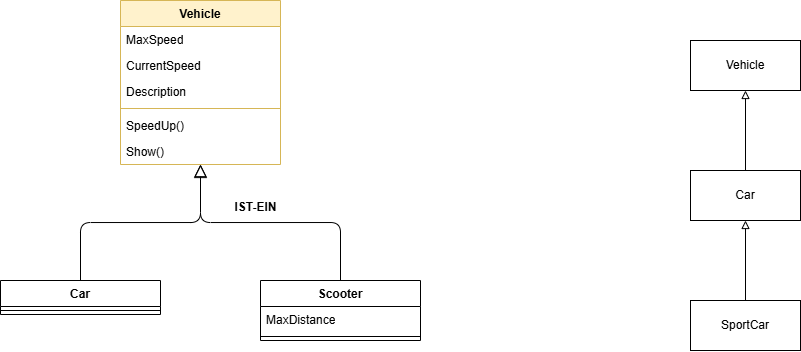
The draw.io diagram 20260120/overview.drawio.png in atillakati/sw_developer_2025_atilla, before a commit. Source tidied: cells renumbered, new cells last; positions are measured from the earlier drawing's top-left corner, leaving out a move shared by most shapes. The source it was exported from:
```xml
<mxGraphModel>
  <root>
    <mxCell id="0" />
    <mxCell id="1" parent="0" />
    <mxCell id="2" style="edgeStyle=orthogonalEdgeStyle;html=1;endArrow=none;endFill=0;startArrow=block;startFill=0;endSize=10;startSize=11;" parent="1" edge="1" source="4" target="11">
      <mxGeometry relative="1" as="geometry" />
    </mxCell>
    <mxCell id="3" style="edgeStyle=orthogonalEdgeStyle;html=1;endArrow=none;endFill=0;startArrow=block;startFill=0;startSize=10;" parent="1" edge="1" source="4" target="13">
      <mxGeometry relative="1" as="geometry" />
    </mxCell>
    <mxCell id="4" value="Vehicle" style="swimlane;fontStyle=1;align=center;verticalAlign=top;horizontal=1;startSize=26;whiteSpace=wrap;html=1;fillColor=#fff2cc;strokeColor=#d6b656;" parent="1" vertex="1">
      <mxGeometry x="120" width="160" height="164" as="geometry" />
    </mxCell>
    <mxCell id="5" value="MaxSpeed" style="text;strokeColor=none;fillColor=none;align=left;verticalAlign=top;spacingLeft=4;spacingRight=4;overflow=hidden;whiteSpace=wrap;html=1;" parent="4" vertex="1">
      <mxGeometry y="26" width="160" height="26" as="geometry" />
    </mxCell>
    <mxCell id="6" value="CurrentSpeed" style="text;strokeColor=none;fillColor=none;align=left;verticalAlign=top;spacingLeft=4;spacingRight=4;overflow=hidden;whiteSpace=wrap;html=1;" parent="4" vertex="1">
      <mxGeometry y="52" width="160" height="26" as="geometry" />
    </mxCell>
    <mxCell id="7" value="Description" style="text;strokeColor=none;fillColor=none;align=left;verticalAlign=top;spacingLeft=4;spacingRight=4;overflow=hidden;whiteSpace=wrap;html=1;" parent="4" vertex="1">
      <mxGeometry y="78" width="160" height="26" as="geometry" />
    </mxCell>
    <mxCell id="8" style="line;strokeWidth=1;fillColor=none;align=left;verticalAlign=middle;spacingTop=-1;spacingLeft=3;spacingRight=3;labelPosition=right;strokeColor=inherit;" parent="4" vertex="1">
      <mxGeometry y="104" width="160" height="8" as="geometry" />
    </mxCell>
    <mxCell id="9" value="SpeedUp()" style="text;strokeColor=none;fillColor=none;align=left;verticalAlign=top;spacingLeft=4;spacingRight=4;overflow=hidden;whiteSpace=wrap;html=1;" parent="4" vertex="1">
      <mxGeometry y="112" width="160" height="26" as="geometry" />
    </mxCell>
    <mxCell id="10" value="Show()" style="text;strokeColor=none;fillColor=none;align=left;verticalAlign=top;spacingLeft=4;spacingRight=4;overflow=hidden;whiteSpace=wrap;html=1;" parent="4" vertex="1">
      <mxGeometry y="138" width="160" height="26" as="geometry" />
    </mxCell>
    <mxCell id="11" value="Car" style="swimlane;fontStyle=1;align=center;verticalAlign=top;horizontal=1;startSize=26;whiteSpace=wrap;html=1;" parent="1" vertex="1">
      <mxGeometry y="280" width="160" height="34" as="geometry" />
    </mxCell>
    <mxCell id="12" style="line;strokeWidth=1;fillColor=none;align=left;verticalAlign=middle;spacingTop=-1;spacingLeft=3;spacingRight=3;labelPosition=right;strokeColor=inherit;" parent="11" vertex="1">
      <mxGeometry y="26" width="160" height="8" as="geometry" />
    </mxCell>
    <mxCell id="13" value="Scooter" style="swimlane;fontStyle=1;align=center;verticalAlign=top;horizontal=1;startSize=26;whiteSpace=wrap;html=1;" parent="1" vertex="1">
      <mxGeometry x="260" y="280" width="160" height="60" as="geometry" />
    </mxCell>
    <mxCell id="14" value="MaxDistance" style="text;strokeColor=none;fillColor=none;align=left;verticalAlign=top;spacingLeft=4;spacingRight=4;overflow=hidden;whiteSpace=wrap;html=1;" parent="13" vertex="1">
      <mxGeometry y="26" width="160" height="26" as="geometry" />
    </mxCell>
    <mxCell id="15" style="line;strokeWidth=1;fillColor=none;align=left;verticalAlign=middle;spacingTop=-1;spacingLeft=3;spacingRight=3;labelPosition=right;strokeColor=inherit;" parent="13" vertex="1">
      <mxGeometry y="52" width="160" height="8" as="geometry" />
    </mxCell>
    <mxCell id="16" style="edgeStyle=none;html=1;endArrow=block;endFill=0;" parent="1" edge="1" source="19" target="17">
      <mxGeometry relative="1" as="geometry" />
    </mxCell>
    <mxCell id="17" value="Vehicle" style="html=1;whiteSpace=wrap;" parent="1" vertex="1">
      <mxGeometry x="690" y="40" width="110" height="50" as="geometry" />
    </mxCell>
    <mxCell id="18" style="edgeStyle=none;html=1;endArrow=block;endFill=0;" parent="1" edge="1" source="20" target="19">
      <mxGeometry relative="1" as="geometry" />
    </mxCell>
    <mxCell id="19" value="Car" style="html=1;whiteSpace=wrap;" parent="1" vertex="1">
      <mxGeometry x="690" y="170" width="110" height="50" as="geometry" />
    </mxCell>
    <mxCell id="20" value="SportCar" style="html=1;whiteSpace=wrap;" parent="1" vertex="1">
      <mxGeometry x="690" y="300" width="110" height="50" as="geometry" />
    </mxCell>
    <mxCell id="21" value="IST-EIN" style="text;align=center;fontStyle=1;verticalAlign=middle;spacingLeft=3;spacingRight=3;strokeColor=none;html=1;" parent="1" vertex="1">
      <mxGeometry x="215" y="194" width="80" height="26" as="geometry" />
    </mxCell>
  </root>
</mxGraphModel>
```
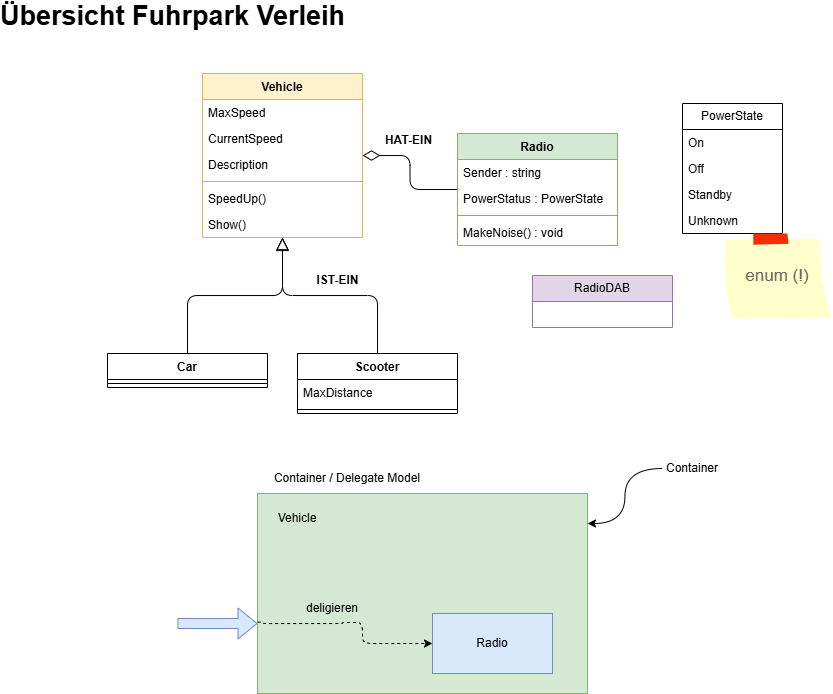
Above is the later version.

Diff of the diagram source:
```diff
@@ -30,13 +30,13 @@
       <mxGeometry y="138" width="160" height="26" as="geometry" />
     </mxCell>
     <mxCell id="11" value="Car" style="swimlane;fontStyle=1;align=center;verticalAlign=top;horizontal=1;startSize=26;whiteSpace=wrap;html=1;" parent="1" vertex="1">
-      <mxGeometry y="280" width="160" height="34" as="geometry" />
+      <mxGeometry x="25" y="280" width="160" height="34" as="geometry" />
     </mxCell>
     <mxCell id="12" style="line;strokeWidth=1;fillColor=none;align=left;verticalAlign=middle;spacingTop=-1;spacingLeft=3;spacingRight=3;labelPosition=right;strokeColor=inherit;" parent="11" vertex="1">
       <mxGeometry y="26" width="160" height="8" as="geometry" />
     </mxCell>
     <mxCell id="13" value="Scooter" style="swimlane;fontStyle=1;align=center;verticalAlign=top;horizontal=1;startSize=26;whiteSpace=wrap;html=1;" parent="1" vertex="1">
-      <mxGeometry x="260" y="280" width="160" height="60" as="geometry" />
+      <mxGeometry x="215" y="280" width="160" height="60" as="geometry" />
     </mxCell>
     <mxCell id="14" value="MaxDistance" style="text;strokeColor=none;fillColor=none;align=left;verticalAlign=top;spacingLeft=4;spacingRight=4;overflow=hidden;whiteSpace=wrap;html=1;" parent="13" vertex="1">
       <mxGeometry y="26" width="160" height="26" as="geometry" />
@@ -44,23 +44,95 @@
     <mxCell id="15" style="line;strokeWidth=1;fillColor=none;align=left;verticalAlign=middle;spacingTop=-1;spacingLeft=3;spacingRight=3;labelPosition=right;strokeColor=inherit;" parent="13" vertex="1">
       <mxGeometry y="52" width="160" height="8" as="geometry" />
     </mxCell>
-    <mxCell id="16" style="edgeStyle=none;html=1;endArrow=block;endFill=0;" parent="1" edge="1" source="19" target="17">
-      <mxGeometry relative="1" as="geometry" />
-    </mxCell>
+    <mxCell id="21" value="IST-EIN" style="text;align=center;fontStyle=1;verticalAlign=middle;spacingLeft=3;spacingRight=3;strokeColor=none;html=1;" parent="1" vertex="1">
+      <mxGeometry x="215" y="194" width="80" height="26" as="geometry" />
+    </mxCell>
+    <mxCell id="22" style="edgeStyle=orthogonalEdgeStyle;html=1;endArrow=diamondThin;endFill=0;endSize=15;" parent="1" edge="1" source="23" target="4">
+      <mxGeometry relative="1" as="geometry" />
+    </mxCell>
+    <mxCell id="23" value="Radio" style="swimlane;fontStyle=1;align=center;verticalAlign=top;horizontal=1;startSize=26;whiteSpace=wrap;html=1;fillColor=#d5e8d4;strokeColor=#82b366;" parent="1" vertex="1">
+      <mxGeometry x="375" y="60" width="160" height="112" as="geometry" />
+    </mxCell>
+    <mxCell id="24" value="Sender : string" style="text;strokeColor=none;fillColor=none;align=left;verticalAlign=top;spacingLeft=4;spacingRight=4;overflow=hidden;whiteSpace=wrap;html=1;" parent="23" vertex="1">
+      <mxGeometry y="26" width="160" height="26" as="geometry" />
+    </mxCell>
+    <mxCell id="25" value="PowerStatus : PowerState" style="text;strokeColor=none;fillColor=none;align=left;verticalAlign=top;spacingLeft=4;spacingRight=4;overflow=hidden;whiteSpace=wrap;html=1;" parent="23" vertex="1">
+      <mxGeometry y="52" width="160" height="26" as="geometry" />
+    </mxCell>
+    <mxCell id="26" style="line;strokeWidth=1;fillColor=none;align=left;verticalAlign=middle;spacingTop=-1;spacingLeft=3;spacingRight=3;labelPosition=right;strokeColor=inherit;" parent="23" vertex="1">
+      <mxGeometry y="78" width="160" height="8" as="geometry" />
+    </mxCell>
+    <mxCell id="27" value="MakeNoise() : void" style="text;strokeColor=none;fillColor=none;align=left;verticalAlign=top;spacingLeft=4;spacingRight=4;overflow=hidden;whiteSpace=wrap;html=1;" parent="23" vertex="1">
+      <mxGeometry y="86" width="160" height="26" as="geometry" />
+    </mxCell>
+    <mxCell id="28" value="PowerState" style="swimlane;fontStyle=0;horizontal=1;startSize=26;fillColor=none;whiteSpace=wrap;html=1;" parent="1" vertex="1">
+      <mxGeometry x="600" y="30" width="100" height="130" as="geometry" />
+    </mxCell>
+    <mxCell id="29" value="On" style="text;strokeColor=none;fillColor=none;align=left;verticalAlign=top;spacingLeft=4;spacingRight=4;overflow=hidden;whiteSpace=wrap;html=1;" parent="28" vertex="1">
+      <mxGeometry y="26" width="100" height="26" as="geometry" />
+    </mxCell>
+    <mxCell id="30" value="Off" style="text;strokeColor=none;fillColor=none;align=left;verticalAlign=top;spacingLeft=4;spacingRight=4;overflow=hidden;whiteSpace=wrap;html=1;" parent="28" vertex="1">
+      <mxGeometry y="52" width="100" height="26" as="geometry" />
+    </mxCell>
+    <mxCell id="31" value="Standby" style="text;strokeColor=none;fillColor=none;align=left;verticalAlign=top;spacingLeft=4;spacingRight=4;overflow=hidden;whiteSpace=wrap;html=1;" parent="28" vertex="1">
+      <mxGeometry y="78" width="100" height="26" as="geometry" />
+    </mxCell>
+    <mxCell id="32" value="Unknown" style="text;strokeColor=none;fillColor=none;align=left;verticalAlign=top;spacingLeft=4;spacingRight=4;overflow=hidden;whiteSpace=wrap;html=1;" parent="28" vertex="1">
+      <mxGeometry y="104" width="100" height="26" as="geometry" />
+    </mxCell>
+    <mxCell id="33" value="Übersicht Fuhrpark Verleih" style="text;align=center;fontStyle=1;verticalAlign=middle;spacingLeft=3;spacingRight=3;strokeColor=none;html=1;fontSize=27;" parent="1" vertex="1">
+      <mxGeometry x="-35" y="-70" width="250" height="26" as="geometry" />
+    </mxCell>
+    <mxCell id="34" value="enum (!)" style="strokeWidth=1;shadow=0;dashed=0;align=center;html=1;shape=mxgraph.mockup.text.stickyNote2;fontColor=#666666;mainText=;fontSize=17;whiteSpace=wrap;fillColor=#ffffcc;strokeColor=#F62E00;" parent="1" vertex="1">
+      <mxGeometry x="640" y="160" width="110" height="86" as="geometry" />
+    </mxCell>
+    <mxCell id="35" value="HAT-EIN" style="text;align=center;fontStyle=1;verticalAlign=middle;spacingLeft=3;spacingRight=3;strokeColor=none;html=1;" parent="1" vertex="1">
+      <mxGeometry x="286" y="54" width="80" height="26" as="geometry" />
+    </mxCell>
+    <mxCell id="36" style="rounded=0;whiteSpace=wrap;html=1;fillColor=#d5e8d4;strokeColor=#82b366;" parent="1" vertex="1">
+      <mxGeometry x="175" y="420" width="330" height="200" as="geometry" />
+    </mxCell>
+    <mxCell id="37" value="Radio" style="rounded=0;whiteSpace=wrap;html=1;fillColor=#dae8fc;strokeColor=#6c8ebf;" parent="1" vertex="1">
+      <mxGeometry x="350" y="540" width="120" height="60" as="geometry" />
+    </mxCell>
-    <mxCell id="17" value="Vehicle" style="html=1;whiteSpace=wrap;" parent="1" vertex="1">
-      <mxGeometry x="690" y="40" width="110" height="50" as="geometry" />
+    <mxCell id="17" value="Vehicle" style="text;html=1;align=center;verticalAlign=middle;whiteSpace=wrap;rounded=0;" parent="1" vertex="1">
+      <mxGeometry x="185" y="430" width="60" height="30" as="geometry" />
     </mxCell>
-    <mxCell id="18" style="edgeStyle=none;html=1;endArrow=block;endFill=0;" parent="1" edge="1" source="20" target="19">
-      <mxGeometry relative="1" as="geometry" />
-    </mxCell>
-    <mxCell id="19" value="Car" style="html=1;whiteSpace=wrap;" parent="1" vertex="1">
-      <mxGeometry x="690" y="170" width="110" height="50" as="geometry" />
-    </mxCell>
-    <mxCell id="20" value="SportCar" style="html=1;whiteSpace=wrap;" parent="1" vertex="1">
-      <mxGeometry x="690" y="300" width="110" height="50" as="geometry" />
-    </mxCell>
-    <mxCell id="21" value="IST-EIN" style="text;align=center;fontStyle=1;verticalAlign=middle;spacingLeft=3;spacingRight=3;strokeColor=none;html=1;" parent="1" vertex="1">
-      <mxGeometry x="215" y="194" width="80" height="26" as="geometry" />
-    </mxCell>
+    <mxCell id="38" value="Container" style="text;html=1;align=center;verticalAlign=middle;whiteSpace=wrap;rounded=0;" parent="1" vertex="1">
+      <mxGeometry x="580" y="380" width="60" height="30" as="geometry" />
+    </mxCell>
+    <mxCell id="39" style="edgeStyle=orthogonalEdgeStyle;html=1;entryX=1;entryY=0.15;entryDx=0;entryDy=0;entryPerimeter=0;curved=1;" parent="1" edge="1" source="38" target="36">
+      <mxGeometry relative="1" as="geometry" />
+    </mxCell>
+    <mxCell id="40" style="shape=flexArrow;endArrow=classic;html=1;fillColor=#dae8fc;strokeColor=#6c8ebf;" parent="1" edge="1">
+      <mxGeometry relative="1" as="geometry">
+        <mxPoint x="95" y="550" as="sourcePoint" />
+        <mxPoint x="175" y="550" as="targetPoint" />
+      </mxGeometry>
+    </mxCell>
+    <mxCell id="41" style="endArrow=classic;html=1;exitX=0.001;exitY=0.643;exitDx=0;exitDy=0;exitPerimeter=0;edgeStyle=orthogonalEdgeStyle;dashed=1;entryX=0;entryY=0.5;entryDx=0;entryDy=0;" parent="1" edge="1" source="36" target="37">
+      <mxGeometry relative="1" as="geometry">
+        <Array as="points">
+          <mxPoint x="180" y="549" />
+          <mxPoint x="180" y="550" />
+          <mxPoint x="260" y="550" />
+          <mxPoint x="260" y="549" />
+          <mxPoint x="280" y="549" />
+          <mxPoint x="280" y="570" />
+        </Array>
+      </mxGeometry>
+    </mxCell>
+    <mxCell id="42" value="deligieren" style="text;html=1;align=center;verticalAlign=middle;whiteSpace=wrap;rounded=0;" parent="1" vertex="1">
+      <mxGeometry x="220" y="520" width="60" height="30" as="geometry" />
+    </mxCell>
+    <mxCell id="43" value="Container / Delegate Model" style="text;html=1;align=center;verticalAlign=middle;whiteSpace=wrap;rounded=0;" parent="1" vertex="1">
+      <mxGeometry x="175" y="390" width="180" height="30" as="geometry" />
+    </mxCell>
+    <mxCell id="44" value="RadioDAB" style="swimlane;fontStyle=0;horizontal=1;startSize=26;fillColor=#e1d5e7;whiteSpace=wrap;html=1;strokeColor=#9673a6;" parent="1" vertex="1">
+      <mxGeometry x="450" y="202" width="140" height="52" as="geometry" />
+    </mxCell>
+    <mxCell id="45" value="&amp;nbsp;" style="text;strokeColor=none;fillColor=none;align=left;verticalAlign=top;spacingLeft=4;spacingRight=4;overflow=hidden;whiteSpace=wrap;html=1;" parent="44" vertex="1">
+      <mxGeometry y="26" width="140" height="26" as="geometry" />
+    </mxCell>
   </root>
 </mxGraphModel>
```
